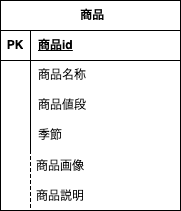
Above: product.png in Tatsu1438/mogitate (draw.io), before the change. Source tidied: cells renumbered, new cells last; positions are measured from the earlier drawing's top-left corner, leaving out a move shared by most shapes.
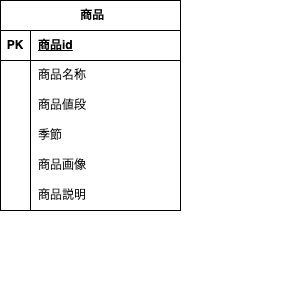
Later version of the same file.

What changed in the source:
```diff
@@ -2,7 +2,7 @@
   <root>
     <mxCell id="0" />
     <mxCell id="1" parent="0" />
-    <mxCell id="2" value="&amp;nbsp;商品" style="shape=table;startSize=30;rowLines=0;fontStyle=1;align=center;html=1;" parent="1" vertex="1">
+    <mxCell id="2" value="&amp;nbsp;商品" style="shape=table;startSize=30;rowLines=0;fontStyle=1;align=center;html=1;fillColor=#FFFFFF;" parent="1" vertex="1">
       <mxGeometry width="180" height="210" as="geometry" />
     </mxCell>
     <mxCell id="3" style="shape=tableRow;horizontal=0;startSize=0;swimlaneHead=0;swimlaneBody=0;fillColor=none;top=0;left=0;right=0;bottom=1;" parent="2" vertex="1">
@@ -41,17 +41,29 @@
     <mxCell id="14" value="季節" style="shape=partialRectangle;fillColor=none;top=0;left=0;bottom=0;right=0;align=left;spacingLeft=6;overflow=hidden;whiteSpace=wrap;html=1;" parent="12" vertex="1">
       <mxGeometry x="30" width="150" height="30" as="geometry" />
     </mxCell>
+    <mxCell id="19" style="shape=tableRow;horizontal=0;startSize=0;swimlaneHead=0;swimlaneBody=0;fillColor=none;top=0;left=0;right=0;bottom=0;" parent="2" vertex="1">
+      <mxGeometry y="150" width="180" height="30" as="geometry" />
+    </mxCell>
+    <mxCell id="20" style="shape=partialRectangle;fillColor=none;top=0;left=0;bottom=0;right=0;overflow=hidden;whiteSpace=wrap;html=1;" parent="19" vertex="1">
+      <mxGeometry width="30" height="30" as="geometry" />
+    </mxCell>
+    <mxCell id="17" value="商品画像" style="shape=partialRectangle;fillColor=none;top=0;left=0;bottom=0;right=0;align=left;spacingLeft=6;overflow=hidden;whiteSpace=wrap;html=1;" parent="19" vertex="1">
+      <mxGeometry x="30" width="150" height="30" as="geometry" />
+    </mxCell>
+    <mxCell id="21" style="shape=tableRow;horizontal=0;startSize=0;swimlaneHead=0;swimlaneBody=0;fillColor=none;top=0;left=0;right=0;bottom=0;" parent="2" vertex="1">
+      <mxGeometry y="180" width="180" height="30" as="geometry" />
+    </mxCell>
+    <mxCell id="22" style="shape=partialRectangle;fillColor=none;top=0;left=0;bottom=0;right=0;overflow=hidden;whiteSpace=wrap;html=1;" parent="21" vertex="1">
+      <mxGeometry width="30" height="30" as="geometry" />
+    </mxCell>
-    <mxCell id="15" value="商品説明" style="shape=partialRectangle;fillColor=none;align=left;verticalAlign=middle;strokeColor=none;spacingLeft=34;" parent="1" vertex="1">
-      <mxGeometry y="180" width="180" height="30" as="geometry" />
+    <mxCell id="15" value="商品説明" style="shape=partialRectangle;fillColor=none;top=0;left=0;bottom=0;right=0;align=left;spacingLeft=6;overflow=hidden;whiteSpace=wrap;html=1;" parent="21" vertex="1">
+      <mxGeometry x="30" width="150" height="30" as="geometry" />
     </mxCell>
-    <mxCell id="16" style="shape=partialRectangle;top=0;left=0;bottom=0;fillColor=none;stokeWidth=1;dashed=1;align=left;verticalAlign=middle;spacingLeft=4;spacingRight=4;overflow=hidden;" parent="15" vertex="1">
-      <mxGeometry width="30" height="30" as="geometry" />
-    </mxCell>
-    <mxCell id="17" value="商品画像" style="shape=partialRectangle;fillColor=none;align=left;verticalAlign=middle;strokeColor=none;spacingLeft=34;" parent="1" vertex="1">
-      <mxGeometry y="150" width="180" height="30" as="geometry" />
-    </mxCell>
-    <mxCell id="18" style="shape=partialRectangle;top=0;left=0;bottom=0;fillColor=none;stokeWidth=1;dashed=1;align=left;verticalAlign=middle;spacingLeft=4;spacingRight=4;overflow=hidden;" parent="17" vertex="1">
-      <mxGeometry width="30" height="30" as="geometry" />
-    </mxCell>
+    <mxCell id="23" style="shape=tableRow;horizontal=0;startSize=0;swimlaneHead=0;swimlaneBody=0;fillColor=none;top=0;left=0;right=0;bottom=0;" parent="1" vertex="1">
+      <mxGeometry x="120" y="260" width="180" height="30" as="geometry" />
+    </mxCell>
+    <mxCell id="24" style="shape=partialRectangle;fillColor=none;top=0;left=0;bottom=0;right=0;overflow=hidden;whiteSpace=wrap;html=1;" parent="23" vertex="1">
+      <mxGeometry width="30" height="30" as="geometry" />
+    </mxCell>
   </root>
 </mxGraphModel>
```
